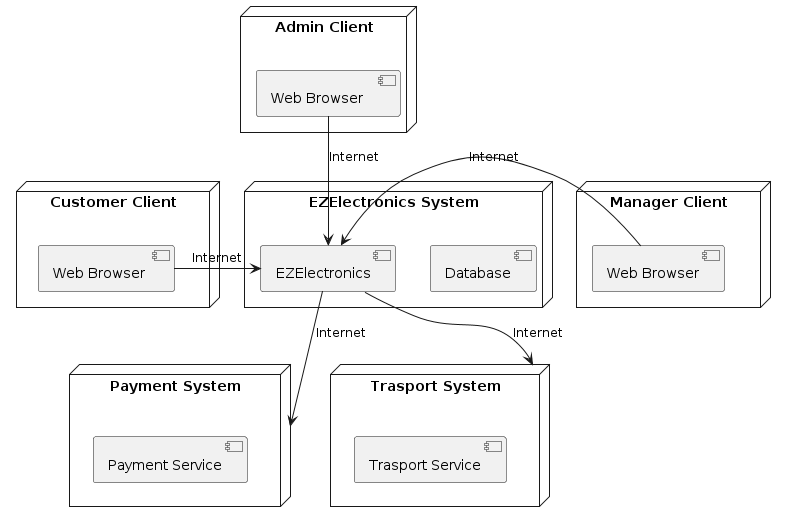
The PlantUML diagram resources/DeploymentV2.png in dtswizo/Progetto-Software-Engineer, before a commit. The source it was exported from:
```plantuml
@startuml
node "Customer Client" {
    [Web Browser ]
}

node "Manager Client" {
    [Web Browser]
}

node "Admin Client" {
    [Web Browser   ]
}

node "EZElectronics System" {
    [EZElectronics]
    [Database]
}

node "Payment System" {
    [Payment Service]
}

node "Trasport System" {
    [Trasport Service]
}

[Web Browser ] -r-> [EZElectronics]: Internet
[Web Browser] -r-> [EZElectronics]: Internet
[Web Browser   ] -d-> [EZElectronics]: Internet
[EZElectronics] -d-> [Payment System]: Internet
[EZElectronics] -d-> [Trasport System]: Internet
@enduml
```
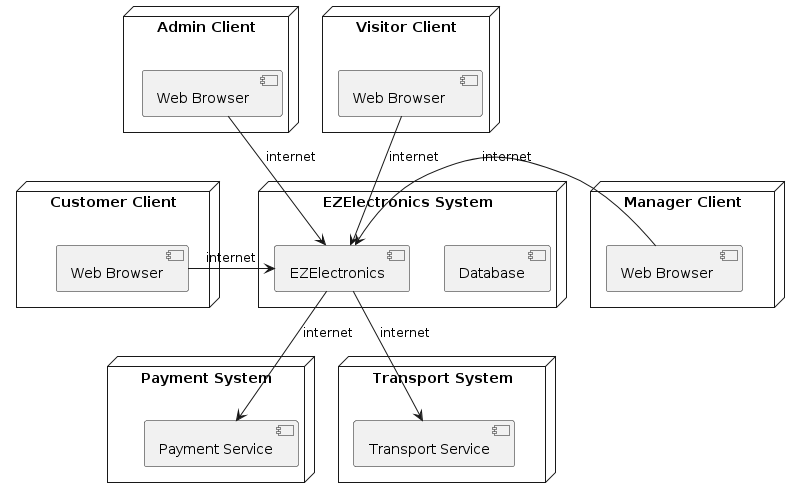
Later version of the same file.

Commit message:
[EDIT] RDv2 Visitor added to deployment diagram

What changed in the source:
```diff
@@ -1,15 +1,20 @@
 @startuml
 node "Customer Client" {
+    [Web Browser]
+}
+
+node "Manager Client" {
     [Web Browser ]
 }
 
-node "Manager Client" {
-    [Web Browser]
+node "Admin Client" {
+    [Web Browser  ]
 }
 
-node "Admin Client" {
+node "Visitor Client" {
     [Web Browser   ]
 }
+
 
 node "EZElectronics System" {
     [EZElectronics]
@@ -20,13 +25,15 @@
     [Payment Service]
 }
 
-node "Trasport System" {
-    [Trasport Service]
+node "Transport System" {
+    [Transport Service]
 }
 
-[Web Browser ] -r-> [EZElectronics]: Internet
-[Web Browser] -r-> [EZElectronics]: Internet
-[Web Browser   ] -d-> [EZElectronics]: Internet
-[EZElectronics] -d-> [Payment System]: Internet
-[EZElectronics] -d-> [Trasport System]: Internet
+
+[EZElectronics] -d-> [Transport Service]: internet
+[EZElectronics] -d-> [Payment Service]: internet
+[Web Browser] -r-> [EZElectronics]: internet
+[Web Browser ] -> [EZElectronics]: internet
+[Web Browser  ] -d-> [EZElectronics]: internet
+[Web Browser   ] -d-> [EZElectronics]: internet
 @enduml
```
